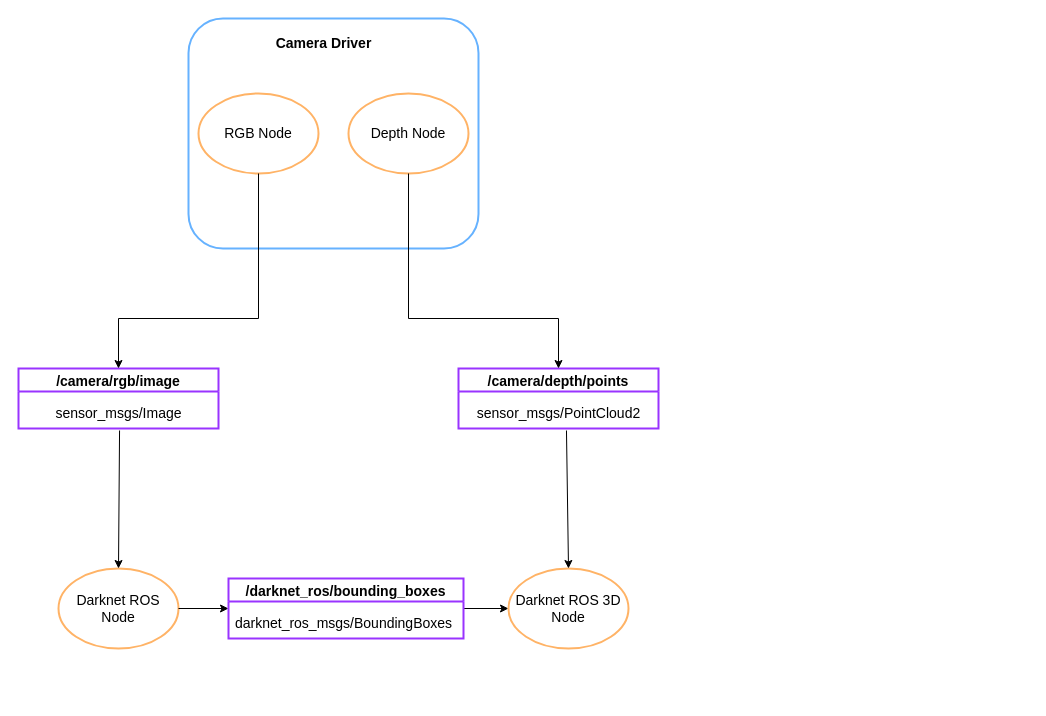
Earlier version of the draw.io diagram diagrams/computation_graph_darknet3d/Untitled Diagram.drawio (fgonzalezr1998/tfg_src). Source tidied: cells renumbered, new cells numbered last; positions are measured from the earlier drawing's top-left corner, leaving out a move shared by most shapes. Both pictures are drawn from the tidied source at 100%, with x=0, y=0 at pixel (18, 18).
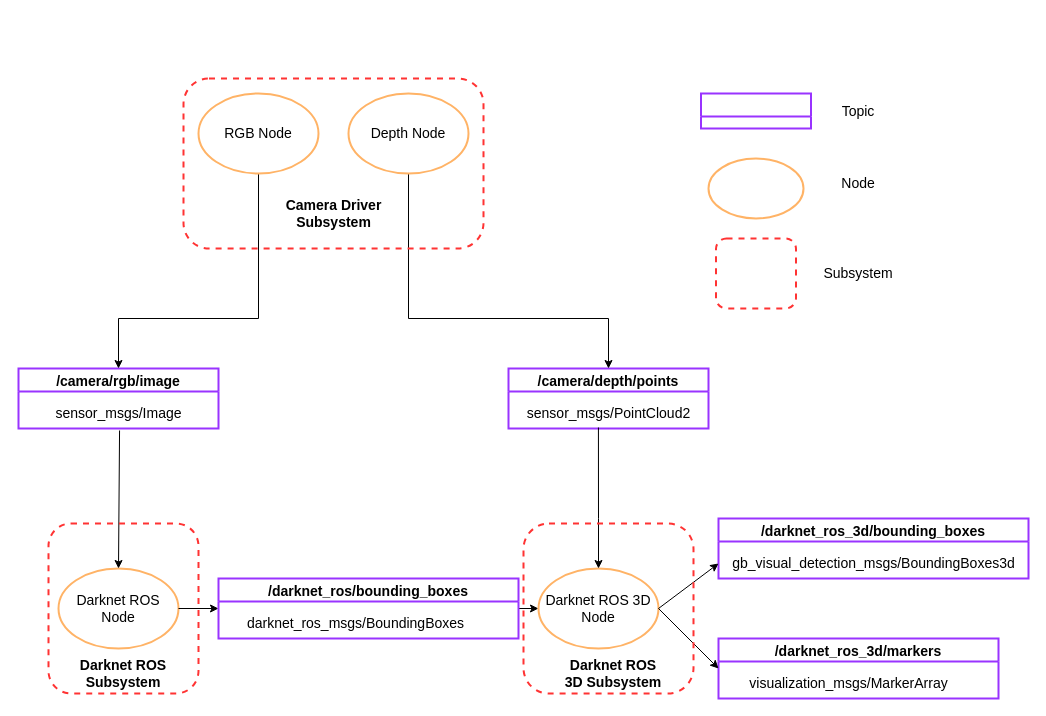
The same page after the edit.

Unchanged cells that the change refers to:
```xml
<mxCell id="9" value="Darknet ROS Node" style="ellipse;whiteSpace=wrap;html=1;fontSize=14;strokeColor=#FFB366;strokeWidth=2;" parent="1" vertex="1">
  <mxGeometry x="40" y="550" width="120" height="80" as="geometry" />
</mxCell>
<mxCell id="11" value="&lt;div&gt;sensor_msgs/PointCloud2&lt;/div&gt;" style="text;html=1;align=center;verticalAlign=middle;points=[];strokeColor=none;fillColor=none;fontSize=14;" parent="10" vertex="1">
  <mxGeometry x="5" y="30" width="190" height="30" as="geometry" />
</mxCell>
```

The edit, as a diff of the source:
```diff
@@
-    <mxCell id="4" style="group;" parent="1" vertex="1">
-      <mxGeometry x="160" width="290" height="230" as="geometry" />
-    </mxCell>
-    <mxCell id="5" style="rounded=1;whiteSpace=wrap;html=1;strokeColor=#66B2FF;strokeWidth=2;" parent="4" vertex="1">
-      <mxGeometry x="10" width="290" height="230" as="geometry" />
-    </mxCell>
-    <mxCell id="6" value="&lt;font style=&quot;font-size: 14px;&quot;&gt;&lt;b&gt;Camera Driver&lt;/b&gt;&lt;/font&gt;" style="text;html=1;strokeColor=none;fillColor=none;align=center;verticalAlign=middle;whiteSpace=wrap;rounded=0;" parent="4" vertex="1">
-      <mxGeometry x="82.5" y="10" width="125" height="30" as="geometry" />
-    </mxCell>
-    <mxCell id="7" value="&lt;div&gt;RGB Node&lt;br&gt;&lt;/div&gt;" style="ellipse;whiteSpace=wrap;html=1;fontSize=14;strokeColor=#FFB366;strokeWidth=2;" parent="4" vertex="1">
-      <mxGeometry x="20" y="75" width="120" height="80" as="geometry" />
-    </mxCell>
-    <mxCell id="8" value="&lt;div&gt;Depth Node&lt;br&gt;&lt;/div&gt;" style="ellipse;whiteSpace=wrap;html=1;fontSize=14;strokeColor=#FFB366;strokeWidth=2;" parent="4" vertex="1">
-      <mxGeometry x="170" y="75" width="120" height="80" as="geometry" />
-    </mxCell>
@@
     <mxCell id="10" value="/camera/depth/points" style="swimlane;strokeColor=#9933FF;strokeWidth=2;fontSize=14;" parent="1" vertex="1">
-      <mxGeometry x="440" y="350" width="200" height="60" as="geometry" />
+      <mxGeometry x="490" y="350" width="200" height="60" as="geometry" />
     </mxCell>
@@
     <mxCell id="12" style="edgeStyle=orthogonalEdgeStyle;rounded=0;jettySize=auto;html=1;exitX=0.5;exitY=1;exitDx=0;exitDy=0;entryX=0.5;entryY=0;entryDx=0;entryDy=0;fontSize=14;" parent="1" edge="1" source="8" target="10">
       <mxGeometry relative="1" as="geometry">
         <Array as="points">
           <mxPoint x="390" y="300" />
-          <mxPoint x="540" y="300" />
-          <mxPoint x="540" y="350" />
+          <mxPoint x="590" y="300" />
         </Array>
       </mxGeometry>
     </mxCell>
@@
     <mxCell id="14" style="endArrow=classic;html=1;rounded=0;fontSize=14;exitX=1;exitY=0.5;exitDx=0;exitDy=0;" parent="1" edge="1" source="9">
       <mxGeometry relative="1" as="geometry">
-        <mxPoint x="210" y="590" as="targetPoint" />
+        <mxPoint x="200" y="590" as="targetPoint" />
       </mxGeometry>
     </mxCell>
@@
-    <mxCell id="16" style="edgeStyle=orthogonalEdgeStyle;rounded=0;jettySize=auto;html=1;exitX=1;exitY=0.5;exitDx=0;exitDy=0;fontSize=14;" parent="1" edge="1" source="17">
-      <mxGeometry relative="1" as="geometry">
-        <mxPoint x="490" y="590" as="targetPoint" />
-      </mxGeometry>
+    <mxCell id="16" style="edgeStyle=orthogonalEdgeStyle;rounded=0;jettySize=auto;html=1;exitX=1;exitY=0.5;exitDx=0;exitDy=0;fontSize=14;entryX=0;entryY=0.5;entryDx=0;entryDy=0;" parent="1" edge="1" source="17" target="19">
+      <mxGeometry relative="1" as="geometry" />
     </mxCell>
     <mxCell id="17" value="/darknet_ros/bounding_boxes" style="swimlane;strokeColor=#9933FF;strokeWidth=2;fontSize=14;" parent="1" vertex="1">
-      <mxGeometry x="210" y="560" width="235" height="60" as="geometry" />
+      <mxGeometry x="200" y="560" width="300" height="60" as="geometry" />
     </mxCell>
     <mxCell id="18" value="darknet_ros_msgs/BoundingBoxes" style="text;html=1;align=center;verticalAlign=middle;strokeColor=none;fillColor=none;fontSize=14;" parent="17" vertex="1">
-      <mxGeometry x="-5" y="30" width="240" height="30" as="geometry" />
+      <mxGeometry x="17" y="30" width="240" height="30" as="geometry" />
     </mxCell>
+    <mxCell id="21" style="rounded=1;whiteSpace=wrap;html=1;strokeColor=#FF3333;strokeWidth=2;fontSize=14;fillColor=none;dashed=1;" parent="17" vertex="1">
+      <mxGeometry x="-170" y="-55" width="150" height="170" as="geometry" />
+    </mxCell>
+    <mxCell id="22" value="&lt;b&gt;Darknet ROS Subsystem&lt;/b&gt;" style="text;html=1;strokeColor=none;fillColor=none;align=center;verticalAlign=middle;whiteSpace=wrap;rounded=0;dashed=1;strokeWidth=2;fontSize=14;" parent="17" vertex="1">
+      <mxGeometry x="-155" y="80" width="120" height="30" as="geometry" />
+    </mxCell>
     <mxCell id="19" value="Darknet ROS 3D Node" style="ellipse;whiteSpace=wrap;html=1;fontSize=14;strokeColor=#FFB366;strokeWidth=2;" parent="1" vertex="1">
-      <mxGeometry x="490" y="550" width="120" height="80" as="geometry" />
+      <mxGeometry x="520" y="550" width="120" height="80" as="geometry" />
     </mxCell>
-    <mxCell id="20" style="endArrow=classic;html=1;rounded=0;fontSize=14;entryX=0.5;entryY=0;entryDx=0;entryDy=0;exitX=0.542;exitY=1.067;exitDx=0;exitDy=0;exitPerimeter=0;" parent="1" edge="1" source="11" target="19">
-      <mxGeometry relative="1" as="geometry" />
+    <mxCell id="20" style="endArrow=classic;html=1;rounded=0;fontSize=14;entryX=0.5;entryY=0;entryDx=0;entryDy=0;exitX=0.447;exitY=0.967;exitDx=0;exitDy=0;exitPerimeter=0;" parent="1" edge="1" source="11" target="19">
+      <mxGeometry relative="1" as="geometry">
+        <Array as="points">
+          <mxPoint x="580" y="500" />
+        </Array>
+      </mxGeometry>
     </mxCell>
+    <mxCell id="23" value="/darknet_ros_3d/bounding_boxes" style="swimlane;strokeColor=#9933FF;strokeWidth=2;fontSize=14;" parent="1" vertex="1">
+      <mxGeometry x="700" y="500" width="310" height="60" as="geometry" />
+    </mxCell>
+    <mxCell id="24" value="gb_visual_detection_msgs/BoundingBoxes3d" style="text;html=1;align=center;verticalAlign=middle;strokeColor=none;fillColor=none;fontSize=14;" parent="23" vertex="1">
+      <mxGeometry y="30" width="310" height="30" as="geometry" />
+    </mxCell>
+    <mxCell id="25" style="endArrow=classic;html=1;rounded=0;fontSize=14;entryX=0;entryY=0.75;entryDx=0;entryDy=0;exitX=1;exitY=0.5;exitDx=0;exitDy=0;" parent="1" edge="1" source="19" target="23">
+      <mxGeometry relative="1" as="geometry" />
+    </mxCell>
+    <mxCell id="26" value="/darknet_ros_3d/markers" style="swimlane;strokeColor=#9933FF;strokeWidth=2;fontSize=14;" parent="1" vertex="1">
+      <mxGeometry x="700" y="620" width="280" height="60" as="geometry" />
+    </mxCell>
+    <mxCell id="27" value="visualization_msgs/MarkerArray" style="text;html=1;align=center;verticalAlign=middle;strokeColor=none;fillColor=none;fontSize=14;" parent="26" vertex="1">
+      <mxGeometry x="20" y="30" width="220" height="30" as="geometry" />
+    </mxCell>
+    <mxCell id="28" value="&lt;b&gt;Darknet ROS 3D Subsystem&lt;/b&gt;" style="text;html=1;strokeColor=none;fillColor=none;align=center;verticalAlign=middle;whiteSpace=wrap;rounded=0;dashed=1;strokeWidth=2;fontSize=14;" parent="26" vertex="1">
+      <mxGeometry x="-160" y="20" width="110" height="30" as="geometry" />
+    </mxCell>
+    <mxCell id="29" style="endArrow=classic;html=1;rounded=0;fontSize=14;exitX=1;exitY=0.5;exitDx=0;exitDy=0;entryX=0;entryY=0.5;entryDx=0;entryDy=0;" parent="1" edge="1" source="19" target="26">
+      <mxGeometry relative="1" as="geometry" />
+    </mxCell>
+    <mxCell id="30" style="rounded=1;whiteSpace=wrap;html=1;strokeColor=#FF3333;strokeWidth=2;fontSize=14;fillColor=none;dashed=1;" parent="1" vertex="1">
+      <mxGeometry x="505" y="505" width="170" height="170" as="geometry" />
+    </mxCell>
+    <mxCell id="31" style="rounded=1;whiteSpace=wrap;html=1;strokeColor=#FF3333;strokeWidth=2;fontSize=14;fillColor=none;dashed=1;" parent="1" vertex="1">
+      <mxGeometry x="165" y="60" width="300" height="170" as="geometry" />
+    </mxCell>
+    <mxCell id="6" value="&lt;font style=&quot;font-size: 14px;&quot;&gt;&lt;b&gt;Camera Driver Subsystem&lt;/b&gt;&lt;/font&gt;" style="text;html=1;strokeColor=none;fillColor=none;align=center;verticalAlign=middle;whiteSpace=wrap;rounded=0;" parent="1" vertex="1">
+      <mxGeometry x="252.5" y="180" width="125" height="30" as="geometry" />
+    </mxCell>
+    <mxCell id="7" value="&lt;div&gt;RGB Node&lt;br&gt;&lt;/div&gt;" style="ellipse;whiteSpace=wrap;html=1;fontSize=14;strokeColor=#FFB366;strokeWidth=2;" parent="1" vertex="1">
+      <mxGeometry x="180" y="75" width="120" height="80" as="geometry" />
+    </mxCell>
+    <mxCell id="8" value="&lt;div&gt;Depth Node&lt;br&gt;&lt;/div&gt;" style="ellipse;whiteSpace=wrap;html=1;fontSize=14;strokeColor=#FFB366;strokeWidth=2;" parent="1" vertex="1">
+      <mxGeometry x="330" y="75" width="120" height="80" as="geometry" />
+    </mxCell>
+    <mxCell id="32" style="swimlane;strokeColor=#9933FF;strokeWidth=2;fontSize=14;" parent="1" vertex="1">
+      <mxGeometry x="682.5" y="75" width="110" height="35" as="geometry" />
+    </mxCell>
+    <mxCell id="33" style="ellipse;whiteSpace=wrap;html=1;fontSize=14;strokeColor=#FFB366;strokeWidth=2;" parent="1" vertex="1">
+      <mxGeometry x="690" y="140" width="95" height="60" as="geometry" />
+    </mxCell>
+    <mxCell id="34" style="rounded=1;whiteSpace=wrap;html=1;strokeColor=#FF3333;strokeWidth=2;fontSize=14;fillColor=none;dashed=1;" parent="1" vertex="1">
+      <mxGeometry x="697.5" y="220" width="80" height="70" as="geometry" />
+    </mxCell>
+    <mxCell id="35" value="Topic" style="text;html=1;strokeColor=none;fillColor=none;align=center;verticalAlign=middle;whiteSpace=wrap;rounded=0;dashed=1;strokeWidth=2;fontSize=14;" parent="1" vertex="1">
+      <mxGeometry x="810" y="77.5" width="60" height="30" as="geometry" />
+    </mxCell>
+    <mxCell id="36" value="Node" style="text;html=1;strokeColor=none;fillColor=none;align=center;verticalAlign=middle;whiteSpace=wrap;rounded=0;dashed=1;strokeWidth=2;fontSize=14;" parent="1" vertex="1">
+      <mxGeometry x="810" y="150" width="60" height="30" as="geometry" />
+    </mxCell>
+    <mxCell id="37" value="Subsystem" style="text;html=1;strokeColor=none;fillColor=none;align=center;verticalAlign=middle;whiteSpace=wrap;rounded=0;dashed=1;strokeWidth=2;fontSize=14;" parent="1" vertex="1">
+      <mxGeometry x="810" y="240" width="60" height="30" as="geometry" />
+    </mxCell>
```
